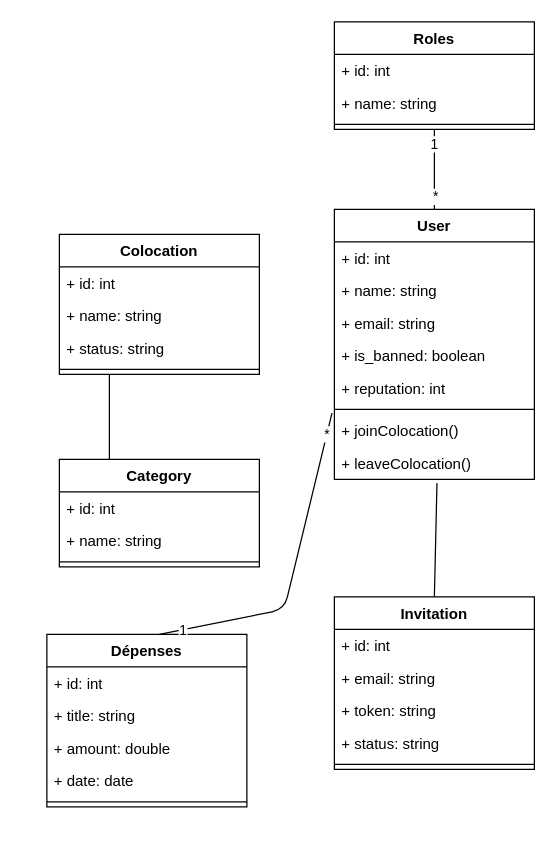
Earlier version of the draw.io diagram diagrammes/Diagramme de classes.drawio (mehamdwsw/EasyColoc). Source tidied: cells renumbered, new cells numbered last; positions are measured from the earlier drawing's top-left corner, leaving out a move shared by most shapes. Both pictures are drawn from the tidied source at 125%, with x=0, y=0 at pixel (46, 21).
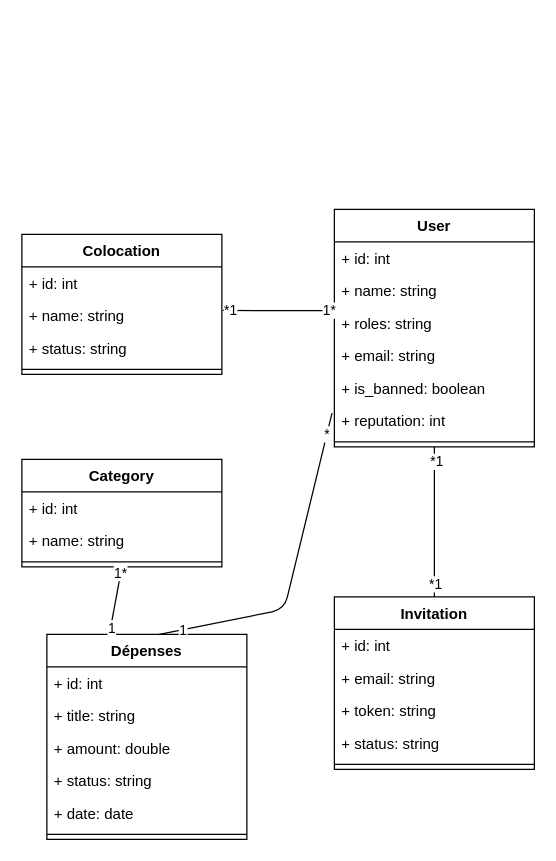
The same diagram, later.

Unchanged cells that the change refers to:
```xml
<mxCell id="13" value="+ name: string" style="text;strokeColor=none;fillColor=none;align=left;verticalAlign=top;spacingLeft=4;spacingRight=4;overflow=hidden;points=[[0,0.5],[1,0.5]];portConstraint=eastwest;whiteSpace=wrap;html=1;" parent="11" vertex="1">
  <mxGeometry y="52" width="160" height="26" as="geometry" />
</mxCell>
<mxCell id="26" value="Invitation    " style="swimlane;fontStyle=1;align=center;verticalAlign=top;horizontal=1;startSize=26;whiteSpace=wrap;html=1;" parent="1" vertex="1">
  <mxGeometry x="230" y="460" width="160" height="138" as="geometry" />
</mxCell>
```

Change to the diagram source:
```diff
@@
     <mxCell id="2" value="User " style="swimlane;fontStyle=1;align=center;verticalAlign=top;horizontal=1;startSize=26;whiteSpace=wrap;html=1;" parent="1" vertex="1">
-      <mxGeometry x="230" y="150" width="160" height="216" as="geometry" />
+      <mxGeometry x="230" y="150" width="160" height="190" as="geometry" />
     </mxCell>
@@
+    <mxCell id="44" value="+ roles: string" style="text;strokeColor=none;fillColor=none;align=left;verticalAlign=top;spacingLeft=4;spacingRight=4;overflow=hidden;whiteSpace=wrap;html=1;" parent="2" vertex="1">
+      <mxGeometry y="78" width="160" height="26" as="geometry" />
+    </mxCell>
     <mxCell id="5" value="+ email: string" style="text;strokeColor=none;fillColor=none;align=left;verticalAlign=top;spacingLeft=4;spacingRight=4;overflow=hidden;whiteSpace=wrap;html=1;" parent="2" vertex="1">
-      <mxGeometry y="78" width="160" height="26" as="geometry" />
+      <mxGeometry y="104" width="160" height="26" as="geometry" />
     </mxCell>
     <mxCell id="6" value="+ is_banned: boolean" style="text;strokeColor=none;fillColor=none;align=left;verticalAlign=top;spacingLeft=4;spacingRight=4;overflow=hidden;whiteSpace=wrap;html=1;" parent="2" vertex="1">
-      <mxGeometry y="104" width="160" height="26" as="geometry" />
+      <mxGeometry y="130" width="160" height="26" as="geometry" />
     </mxCell>
     <mxCell id="7" value="+ reputation: int" style="text;strokeColor=none;fillColor=none;align=left;verticalAlign=top;spacingLeft=4;spacingRight=4;overflow=hidden;whiteSpace=wrap;html=1;" parent="2" vertex="1">
-      <mxGeometry y="130" width="160" height="26" as="geometry" />
+      <mxGeometry y="156" width="160" height="26" as="geometry" />
     </mxCell>
     <mxCell id="8" style="line;strokeWidth=1;fillColor=none;align=left;verticalAlign=middle;spacingTop=-1;spacingLeft=3;spacingRight=3;labelPosition=right;strokeColor=inherit;" parent="2" vertex="1">
-      <mxGeometry y="156" width="160" height="8" as="geometry" />
+      <mxGeometry y="182" width="160" height="8" as="geometry" />
     </mxCell>
-    <mxCell id="9" value="+ joinColocation()" style="text;strokeColor=none;fillColor=none;align=left;verticalAlign=top;spacingLeft=4;spacingRight=4;overflow=hidden;points=[[0,0.5],[1,0.5]];portConstraint=eastwest;whiteSpace=wrap;html=1;" parent="2" vertex="1">
-      <mxGeometry y="164" width="160" height="26" as="geometry" />
-    </mxCell>
-    <mxCell id="10" value="+ leaveColocation()" style="text;strokeColor=none;fillColor=none;align=left;verticalAlign=top;spacingLeft=4;spacingRight=4;overflow=hidden;points=[[0,0.5],[1,0.5]];portConstraint=eastwest;whiteSpace=wrap;html=1;" parent="2" vertex="1">
-      <mxGeometry y="190" width="160" height="26" as="geometry" />
-    </mxCell>
     <mxCell id="11" value="Colocation  " style="swimlane;fontStyle=1;align=center;verticalAlign=top;horizontal=1;startSize=26;whiteSpace=wrap;html=1;" parent="1" vertex="1">
-      <mxGeometry x="10" y="170" width="160" height="112" as="geometry" />
+      <mxGeometry x="-20" y="170" width="160" height="112" as="geometry" />
     </mxCell>
@@
     <mxCell id="16" value="Dépenses  " style="swimlane;fontStyle=1;align=center;verticalAlign=top;horizontal=1;startSize=26;whiteSpace=wrap;html=1;" parent="1" vertex="1">
-      <mxGeometry y="490" width="160" height="138" as="geometry" />
+      <mxGeometry y="490" width="160" height="164" as="geometry" />
     </mxCell>
@@
+    <mxCell id="45" value="+ status: string" style="text;strokeColor=none;fillColor=none;align=left;verticalAlign=top;spacingLeft=4;spacingRight=4;overflow=hidden;whiteSpace=wrap;html=1;" parent="16" vertex="1">
+      <mxGeometry y="104" width="160" height="26" as="geometry" />
+    </mxCell>
     <mxCell id="20" value="+ date: date" style="text;strokeColor=none;fillColor=none;align=left;verticalAlign=top;spacingLeft=4;spacingRight=4;overflow=hidden;whiteSpace=wrap;html=1;" parent="16" vertex="1">
-      <mxGeometry y="104" width="160" height="26" as="geometry" />
+      <mxGeometry y="130" width="160" height="26" as="geometry" />
     </mxCell>
     <mxCell id="21" style="line;strokeWidth=1;fillColor=none;align=left;verticalAlign=middle;spacingTop=-1;spacingLeft=3;spacingRight=3;labelPosition=right;strokeColor=inherit;" parent="16" vertex="1">
-      <mxGeometry y="130" width="160" height="8" as="geometry" />
+      <mxGeometry y="156" width="160" height="8" as="geometry" />
     </mxCell>
     <mxCell id="22" value="Category   " style="swimlane;fontStyle=1;align=center;verticalAlign=top;horizontal=1;startSize=26;whiteSpace=wrap;html=1;" parent="1" vertex="1">
-      <mxGeometry x="10" y="350" width="160" height="86" as="geometry" />
+      <mxGeometry x="-20" y="350" width="160" height="86" as="geometry" />
     </mxCell>
@@
-    <mxCell id="32" value="Roles  " style="swimlane;fontStyle=1;align=center;verticalAlign=top;horizontal=1;startSize=26;whiteSpace=wrap;html=1;" parent="1" vertex="1">
-      <mxGeometry x="230" width="160" height="86" as="geometry" />
-    </mxCell>
-    <mxCell id="33" value="+ id: int" style="text;strokeColor=none;fillColor=none;align=left;verticalAlign=top;spacingLeft=4;spacingRight=4;overflow=hidden;whiteSpace=wrap;html=1;" parent="32" vertex="1">
-      <mxGeometry y="26" width="160" height="26" as="geometry" />
-    </mxCell>
-    <mxCell id="34" value="+ name: string" style="text;strokeColor=none;fillColor=none;align=left;verticalAlign=top;spacingLeft=4;spacingRight=4;overflow=hidden;whiteSpace=wrap;html=1;" parent="32" vertex="1">
-      <mxGeometry y="52" width="160" height="26" as="geometry" />
-    </mxCell>
-    <mxCell id="35" style="line;strokeWidth=1;fillColor=none;align=left;verticalAlign=middle;spacingTop=-1;spacingLeft=3;spacingRight=3;labelPosition=right;strokeColor=inherit;" parent="32" vertex="1">
-      <mxGeometry y="78" width="160" height="8" as="geometry" />
-    </mxCell>
-    <mxCell id="36" style="endArrow=none;html=1;entryX=0.5;entryY=1;entryDx=0;entryDy=0;exitX=0.5;exitY=0;exitDx=0;exitDy=0;" parent="1" edge="1" source="2" target="32">
-      <mxGeometry relative="1" as="geometry" />
-    </mxCell>
-    <mxCell id="37" value="1" style="edgeLabel;html=1;align=center;verticalAlign=middle;" parent="36" vertex="1">
-      <mxGeometry x="0.67" y="1" relative="1" as="geometry" />
-    </mxCell>
-    <mxCell id="38" value="*" style="edgeLabel;html=1;align=center;verticalAlign=middle;" parent="36" vertex="1">
-      <mxGeometry x="-0.66" relative="1" as="geometry" />
-    </mxCell>
-    <mxCell id="39" style="endArrow=none;html=1;exitX=-0.012;exitY=-0.038;exitDx=0;exitDy=0;exitPerimeter=0;" parent="1" edge="1" source="9">
+    <mxCell id="39" style="endArrow=none;html=1;exitX=-0.012;exitY=-0.038;exitDx=0;exitDy=0;exitPerimeter=0;" parent="1" edge="1">
       <mxGeometry relative="1" as="geometry">
+        <mxPoint x="228.1" y="313" as="sourcePoint" />
         <mxPoint x="90" y="490" as="targetPoint" />
         <Array as="points">
           <mxPoint x="190" y="470" />
         </Array>
       </mxGeometry>
     </mxCell>
@@
-    <mxCell id="42" style="endArrow=none;html=1;entryX=0.5;entryY=0;entryDx=0;entryDy=0;exitX=0.513;exitY=1.115;exitDx=0;exitDy=0;exitPerimeter=0;" parent="1" edge="1" source="10" target="26">
+    <mxCell id="42" style="endArrow=none;html=1;entryX=0.5;entryY=0;entryDx=0;entryDy=0;exitX=0.5;exitY=1;exitDx=0;exitDy=0;" parent="1" edge="1" source="2" target="26">
       <mxGeometry relative="1" as="geometry" />
     </mxCell>
+    <mxCell id="46" value="*1" style="edgeLabel;html=1;align=center;verticalAlign=middle;" parent="42" vertex="1">
+      <mxGeometry x="-0.82" y="1" relative="1" as="geometry" />
+    </mxCell>
+    <mxCell id="47" value="*1" style="edgeLabel;html=1;align=center;verticalAlign=middle;" parent="42" vertex="1">
+      <mxGeometry x="0.81" relative="1" as="geometry" />
+    </mxCell>
-    <mxCell id="43" style="endArrow=none;html=1;entryX=0.25;entryY=0;entryDx=0;entryDy=0;exitX=0.25;exitY=1;exitDx=0;exitDy=0;" parent="1" edge="1" source="11" target="22">
-      <mxGeometry relative="1" as="geometry" />
+    <mxCell id="43" style="endArrow=none;html=1;entryX=0.25;entryY=0;entryDx=0;entryDy=0;exitX=0.5;exitY=1;exitDx=0;exitDy=0;" parent="1" edge="1" source="22">
+      <mxGeometry relative="1" as="geometry">
+        <mxPoint x="50" y="490" as="targetPoint" />
+      </mxGeometry>
     </mxCell>
+    <mxCell id="37" value="1" style="edgeLabel;html=1;align=center;verticalAlign=middle;" parent="43" vertex="1">
+      <mxGeometry x="0.77" relative="1" as="geometry" />
+    </mxCell>
+    <mxCell id="48" value="1*" style="edgeLabel;html=1;align=center;verticalAlign=middle;" parent="43" vertex="1">
+      <mxGeometry x="-0.8" y="-1" relative="1" as="geometry" />
+    </mxCell>
+    <mxCell id="49" style="endArrow=none;html=1;exitX=1.004;exitY=0.342;exitDx=0;exitDy=0;exitPerimeter=0;" parent="1" edge="1" source="13">
+      <mxGeometry relative="1" as="geometry">
+        <mxPoint x="230" y="231" as="targetPoint" />
+      </mxGeometry>
+    </mxCell>
+    <mxCell id="50" value="*1" style="edgeLabel;html=1;align=center;verticalAlign=middle;" parent="49" vertex="1">
+      <mxGeometry x="-0.86" relative="1" as="geometry" />
+    </mxCell>
+    <mxCell id="51" value="1*" style="edgeLabel;html=1;align=center;verticalAlign=middle;" parent="49" vertex="1">
+      <mxGeometry x="0.9" relative="1" as="geometry" />
+    </mxCell>
```
